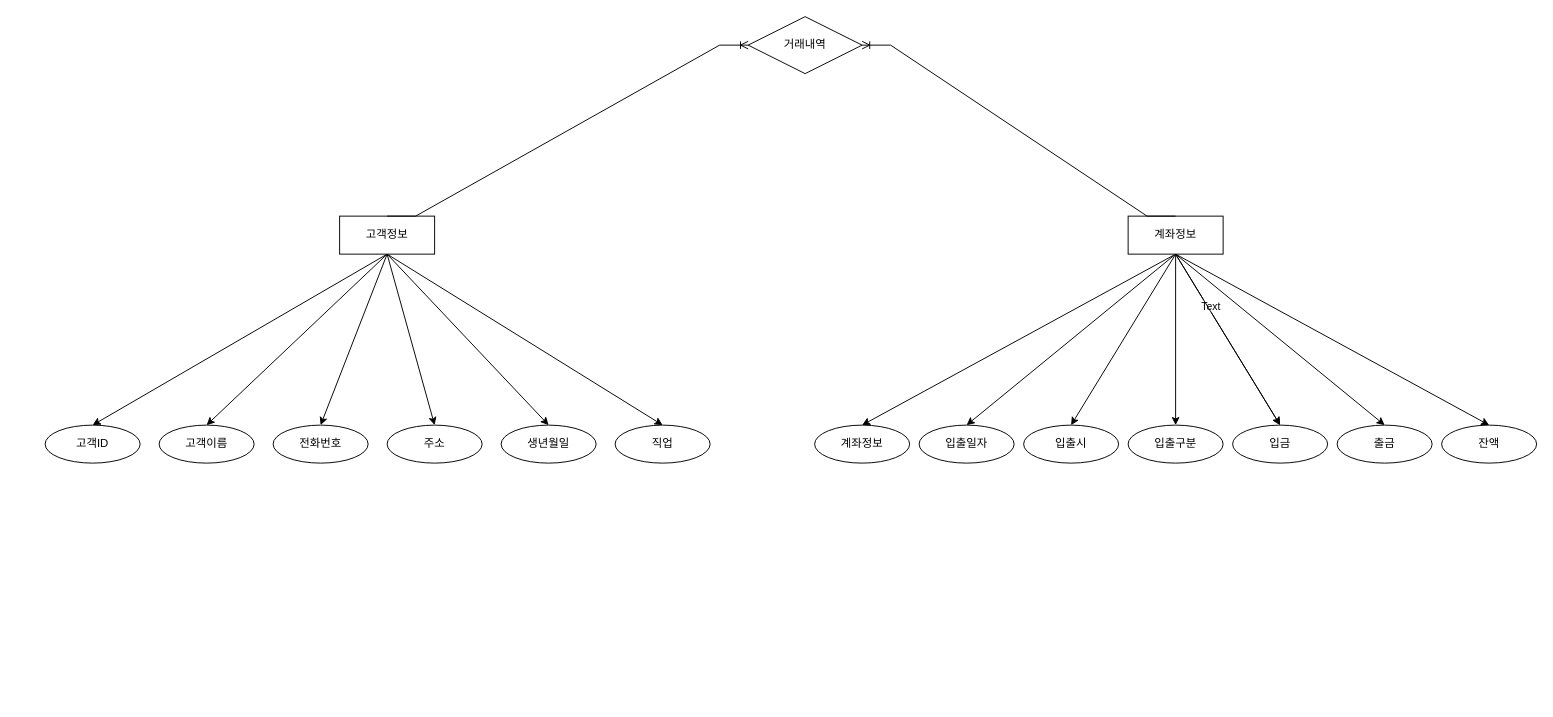
Before: java_020_bank/bank(2023-05-17).drawio in marpolll/Biz-2023-04-505-java, a draw.io diagram. Source tidied: cells renumbered, new cells numbered last; positions are measured from the earlier drawing's top-left corner, leaving out a move shared by most shapes. Both pictures are drawn from the tidied source at 95%, with x=0, y=0 at pixel (45, 16).
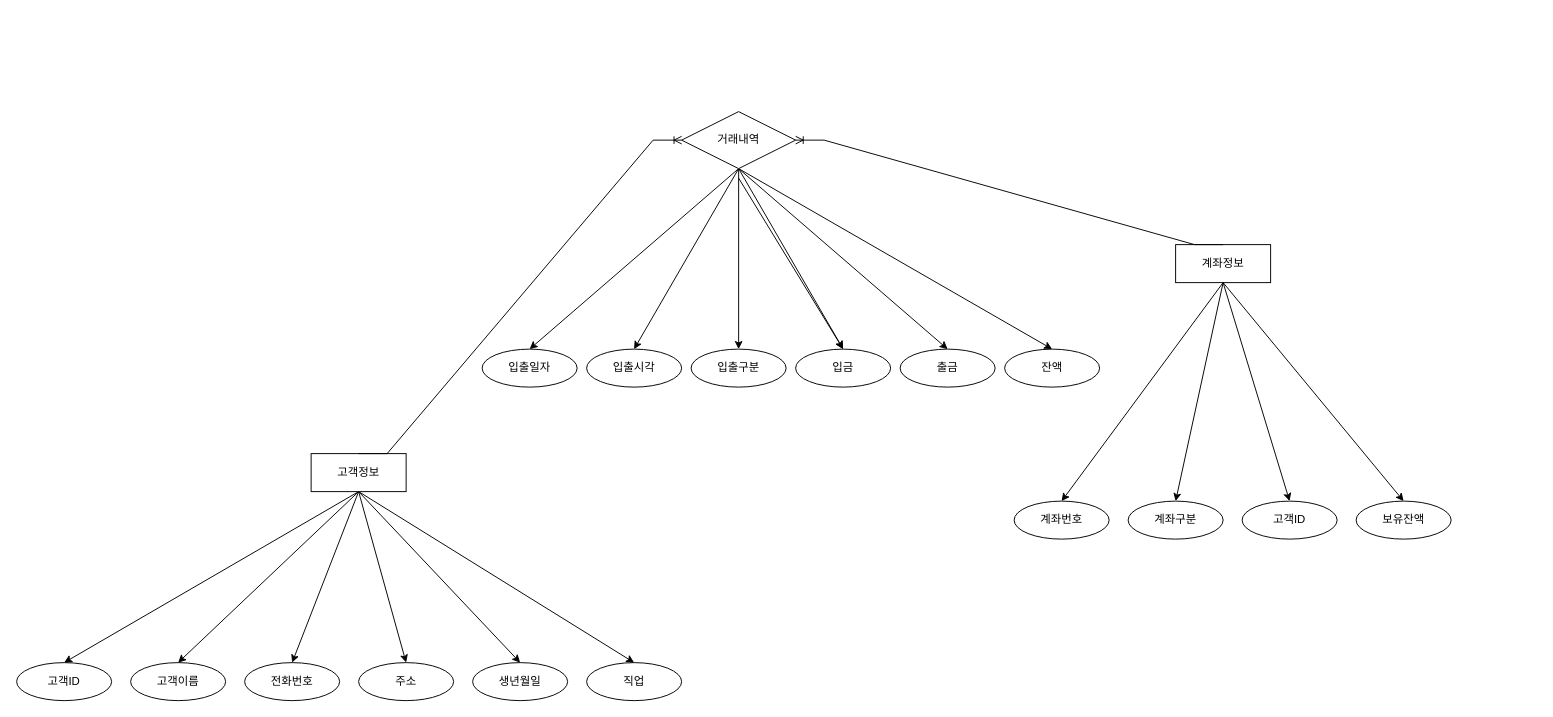
After the change.

Diff of the diagram source:
```diff
@@
     <mxCell id="2" value="고객ID" style="ellipse;whiteSpace=wrap;html=1;align=center;" parent="1" vertex="1">
-      <mxGeometry y="430" width="100" height="40" as="geometry" />
+      <mxGeometry x="-30" y="680" width="100" height="40" as="geometry" />
     </mxCell>
     <mxCell id="3" value="고객이름" style="ellipse;whiteSpace=wrap;html=1;align=center;" parent="1" vertex="1">
-      <mxGeometry x="120" y="430" width="100" height="40" as="geometry" />
+      <mxGeometry x="90" y="680" width="100" height="40" as="geometry" />
     </mxCell>
     <mxCell id="4" value="전화번호" style="ellipse;whiteSpace=wrap;html=1;align=center;" parent="1" vertex="1">
-      <mxGeometry x="240" y="430" width="100" height="40" as="geometry" />
+      <mxGeometry x="210" y="680" width="100" height="40" as="geometry" />
     </mxCell>
     <mxCell id="5" value="주소" style="ellipse;whiteSpace=wrap;html=1;align=center;" parent="1" vertex="1">
-      <mxGeometry x="360" y="430" width="100" height="40" as="geometry" />
+      <mxGeometry x="330" y="680" width="100" height="40" as="geometry" />
     </mxCell>
     <mxCell id="6" value="생년월일" style="ellipse;whiteSpace=wrap;html=1;align=center;" parent="1" vertex="1">
-      <mxGeometry x="480" y="430" width="100" height="40" as="geometry" />
+      <mxGeometry x="450" y="680" width="100" height="40" as="geometry" />
     </mxCell>
     <mxCell id="7" value="직업" style="ellipse;whiteSpace=wrap;html=1;align=center;" parent="1" vertex="1">
-      <mxGeometry x="600" y="430" width="100" height="40" as="geometry" />
+      <mxGeometry x="570" y="680" width="100" height="40" as="geometry" />
     </mxCell>
@@
     <mxCell id="14" value="고객정보" style="whiteSpace=wrap;html=1;align=center;" parent="1" vertex="1">
-      <mxGeometry x="310" y="210" width="100" height="40" as="geometry" />
+      <mxGeometry x="280" y="460" width="100" height="40" as="geometry" />
     </mxCell>
@@
-    <mxCell id="16" style="rounded=0;jettySize=auto;html=1;entryX=0.5;entryY=0;entryDx=0;entryDy=0;exitX=0.5;exitY=1;exitDx=0;exitDy=0;" parent="1" edge="1" source="23" target="25">
+    <mxCell id="16" style="rounded=0;jettySize=auto;html=1;entryX=0.5;entryY=0;entryDx=0;entryDy=0;exitX=0.5;exitY=1;exitDx=0;exitDy=0;" parent="1" edge="1" source="32" target="25">
       <mxGeometry relative="1" as="geometry" />
     </mxCell>
-    <mxCell id="17" style="rounded=0;jettySize=auto;html=1;entryX=0.5;entryY=0;entryDx=0;entryDy=0;exitX=0.5;exitY=1;exitDx=0;exitDy=0;" parent="1" edge="1" source="23" target="26">
+    <mxCell id="17" style="rounded=0;jettySize=auto;html=1;entryX=0.5;entryY=0;entryDx=0;entryDy=0;exitX=0.5;exitY=1;exitDx=0;exitDy=0;" parent="1" edge="1" source="32" target="26">
       <mxGeometry relative="1" as="geometry" />
     </mxCell>
-    <mxCell id="18" style="rounded=0;jettySize=auto;html=1;entryX=0.5;entryY=0;entryDx=0;entryDy=0;exitX=0.5;exitY=1;exitDx=0;exitDy=0;" parent="1" edge="1" source="23" target="27">
+    <mxCell id="18" style="rounded=0;jettySize=auto;html=1;entryX=0.5;entryY=0;entryDx=0;entryDy=0;exitX=0.5;exitY=1;exitDx=0;exitDy=0;" parent="1" edge="1" source="32" target="27">
       <mxGeometry relative="1" as="geometry" />
     </mxCell>
-    <mxCell id="19" style="rounded=0;jettySize=auto;html=1;entryX=0.5;entryY=0;entryDx=0;entryDy=0;exitX=0.5;exitY=1;exitDx=0;exitDy=0;" parent="1" edge="1" source="23" target="28">
-      <mxGeometry relative="1" as="geometry" />
+    <mxCell id="19" style="rounded=0;jettySize=auto;html=1;entryX=0.5;entryY=0;entryDx=0;entryDy=0;exitX=0.5;exitY=1;exitDx=0;exitDy=0;" parent="1" edge="1" target="28">
+      <mxGeometry relative="1" as="geometry">
+        <mxPoint x="730" y="170" as="sourcePoint" />
+      </mxGeometry>
     </mxCell>
-    <mxCell id="20" value="Text" style="edgeLabel;html=1;align=center;verticalAlign=middle;" parent="19" vertex="1">
-      <mxGeometry x="-0.37" y="3" relative="1" as="geometry" />
-    </mxCell>
-    <mxCell id="21" style="rounded=0;jettySize=auto;html=1;exitX=0.5;exitY=1;exitDx=0;exitDy=0;entryX=0.5;entryY=0;entryDx=0;entryDy=0;" parent="1" edge="1" source="23" target="29">
+    <mxCell id="21" style="rounded=0;jettySize=auto;html=1;exitX=0.5;exitY=1;exitDx=0;exitDy=0;entryX=0.5;entryY=0;entryDx=0;entryDy=0;" parent="1" edge="1" source="32" target="29">
       <mxGeometry relative="1" as="geometry" />
     </mxCell>
-    <mxCell id="22" style="rounded=0;jettySize=auto;html=1;entryX=0.5;entryY=0;entryDx=0;entryDy=0;exitX=0.5;exitY=1;exitDx=0;exitDy=0;" parent="1" edge="1" source="23" target="30">
+    <mxCell id="22" style="rounded=0;jettySize=auto;html=1;entryX=0.5;entryY=0;entryDx=0;entryDy=0;exitX=0.5;exitY=1;exitDx=0;exitDy=0;" parent="1" edge="1" source="32" target="30">
       <mxGeometry relative="1" as="geometry" />
     </mxCell>
-    <mxCell id="23" value="계좌정보" style="whiteSpace=wrap;html=1;align=center;" parent="1" vertex="1">
-      <mxGeometry x="1140" y="210" width="100" height="40" as="geometry" />
-    </mxCell>
-    <mxCell id="24" value="계좌정보" style="ellipse;whiteSpace=wrap;html=1;align=center;" parent="1" vertex="1">
-      <mxGeometry x="810" y="430" width="100" height="40" as="geometry" />
+    <mxCell id="24" value="계좌번호" style="ellipse;whiteSpace=wrap;html=1;align=center;" parent="1" vertex="1">
+      <mxGeometry x="1020" y="510" width="100" height="40" as="geometry" />
     </mxCell>
     <mxCell id="25" value="입출일자" style="ellipse;whiteSpace=wrap;html=1;align=center;" parent="1" vertex="1">
-      <mxGeometry x="920" y="430" width="100" height="40" as="geometry" />
+      <mxGeometry x="460" y="350" width="100" height="40" as="geometry" />
     </mxCell>
-    <mxCell id="26" value="입출시" style="ellipse;whiteSpace=wrap;html=1;align=center;" parent="1" vertex="1">
-      <mxGeometry x="1030" y="430" width="100" height="40" as="geometry" />
+    <mxCell id="26" value="입출시각" style="ellipse;whiteSpace=wrap;html=1;align=center;" parent="1" vertex="1">
+      <mxGeometry x="570" y="350" width="100" height="40" as="geometry" />
     </mxCell>
     <mxCell id="27" value="입출구분" style="ellipse;whiteSpace=wrap;html=1;align=center;" parent="1" vertex="1">
-      <mxGeometry x="1140" y="430" width="100" height="40" as="geometry" />
+      <mxGeometry x="680" y="350" width="100" height="40" as="geometry" />
     </mxCell>
     <mxCell id="28" value="입금" style="ellipse;whiteSpace=wrap;html=1;align=center;" parent="1" vertex="1">
-      <mxGeometry x="1250" y="430" width="100" height="40" as="geometry" />
+      <mxGeometry x="790" y="350" width="100" height="40" as="geometry" />
     </mxCell>
     <mxCell id="29" value="출금" style="ellipse;whiteSpace=wrap;html=1;align=center;" parent="1" vertex="1">
-      <mxGeometry x="1360" y="430" width="100" height="40" as="geometry" />
+      <mxGeometry x="900" y="350" width="100" height="40" as="geometry" />
     </mxCell>
     <mxCell id="30" value="잔액" style="ellipse;whiteSpace=wrap;html=1;align=center;" parent="1" vertex="1">
-      <mxGeometry x="1470" y="430" width="100" height="40" as="geometry" />
+      <mxGeometry x="1010" y="350" width="100" height="40" as="geometry" />
     </mxCell>
-    <mxCell id="31" style="rounded=0;jettySize=auto;html=1;entryX=0.5;entryY=0;entryDx=0;entryDy=0;exitX=0.5;exitY=1;exitDx=0;exitDy=0;" parent="1" edge="1" source="23" target="28">
+    <mxCell id="31" style="rounded=0;jettySize=auto;html=1;entryX=0.5;entryY=0;entryDx=0;entryDy=0;exitX=0.5;exitY=1;exitDx=0;exitDy=0;" parent="1" edge="1" source="32" target="28">
       <mxGeometry relative="1" as="geometry" />
     </mxCell>
     <mxCell id="32" value="거래내역" style="shape=rhombus;perimeter=rhombusPerimeter;whiteSpace=wrap;html=1;align=center;" parent="1" vertex="1">
-      <mxGeometry x="740" width="120" height="60" as="geometry" />
+      <mxGeometry x="670" y="100" width="120" height="60" as="geometry" />
     </mxCell>
+    <mxCell id="23" value="계좌정보" style="whiteSpace=wrap;html=1;align=center;" parent="1" vertex="1">
+      <mxGeometry x="1190" y="240" width="100" height="40" as="geometry" />
+    </mxCell>
-    <mxCell id="33" style="edgeStyle=entityRelationEdgeStyle;fontSize=12;html=1;endArrow=ERoneToMany;rounded=0;entryX=0;entryY=0.5;entryDx=0;entryDy=0;exitX=0.5;exitY=0;exitDx=0;exitDy=0;" parent="1" edge="1" source="14" target="32">
+    <mxCell id="33" style="edgeStyle=entityRelationEdgeStyle;fontSize=12;html=1;endArrow=ERoneToMany;rounded=0;exitX=0.5;exitY=0;exitDx=0;exitDy=0;entryX=0;entryY=0.5;entryDx=0;entryDy=0;" parent="1" edge="1" source="14" target="32">
       <mxGeometry relative="1" as="geometry" />
     </mxCell>
-    <mxCell id="34" style="edgeStyle=entityRelationEdgeStyle;fontSize=12;html=1;endArrow=ERoneToMany;rounded=0;entryX=1;entryY=0.5;entryDx=0;entryDy=0;exitX=0.5;exitY=0;exitDx=0;exitDy=0;" parent="1" edge="1" source="23" target="32">
+    <mxCell id="34" style="edgeStyle=entityRelationEdgeStyle;fontSize=12;html=1;endArrow=ERoneToMany;rounded=0;exitX=0.5;exitY=0;exitDx=0;exitDy=0;entryX=1;entryY=0.5;entryDx=0;entryDy=0;" parent="1" edge="1" source="23" target="32">
       <mxGeometry relative="1" as="geometry" />
     </mxCell>
+    <mxCell id="35" value="계좌구분" style="ellipse;whiteSpace=wrap;html=1;align=center;" parent="1" vertex="1">
+      <mxGeometry x="1140" y="510" width="100" height="40" as="geometry" />
+    </mxCell>
+    <mxCell id="36" style="rounded=0;jettySize=auto;html=1;entryX=0.5;entryY=0;entryDx=0;entryDy=0;exitX=0.5;exitY=1;exitDx=0;exitDy=0;" parent="1" edge="1" source="23" target="35">
+      <mxGeometry relative="1" as="geometry" />
+    </mxCell>
+    <mxCell id="37" value="고객ID" style="ellipse;whiteSpace=wrap;html=1;align=center;" parent="1" vertex="1">
+      <mxGeometry x="1260" y="510" width="100" height="40" as="geometry" />
+    </mxCell>
+    <mxCell id="38" style="rounded=0;jettySize=auto;html=1;entryX=0.5;entryY=0;entryDx=0;entryDy=0;exitX=0.5;exitY=1;exitDx=0;exitDy=0;" parent="1" edge="1" source="23" target="39">
+      <mxGeometry relative="1" as="geometry" />
+    </mxCell>
+    <mxCell id="39" value="보유잔액" style="ellipse;whiteSpace=wrap;html=1;align=center;" parent="1" vertex="1">
+      <mxGeometry x="1380" y="510" width="100" height="40" as="geometry" />
+    </mxCell>
+    <mxCell id="40" style="rounded=0;jettySize=auto;html=1;entryX=0.5;entryY=0;entryDx=0;entryDy=0;exitX=0.5;exitY=1;exitDx=0;exitDy=0;" parent="1" edge="1" source="23" target="37">
+      <mxGeometry relative="1" as="geometry" />
+    </mxCell>
```
